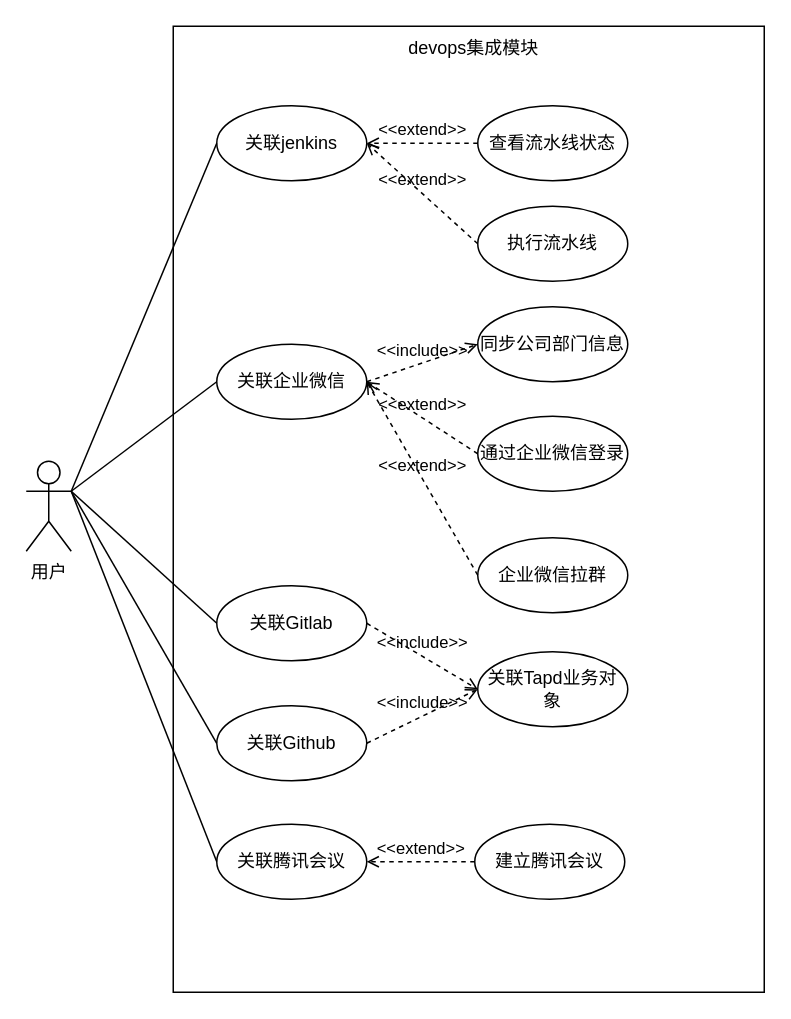
Before: devops集成模块需求分析.drawio in qf2020/drawio, a draw.io diagram. Source tidied: cells renumbered, new cells numbered last; positions are measured from the earlier drawing's top-left corner, leaving out a move shared by most shapes. Both pictures are drawn from the tidied source at 150%, with x=0, y=0 at pixel (26, 26).
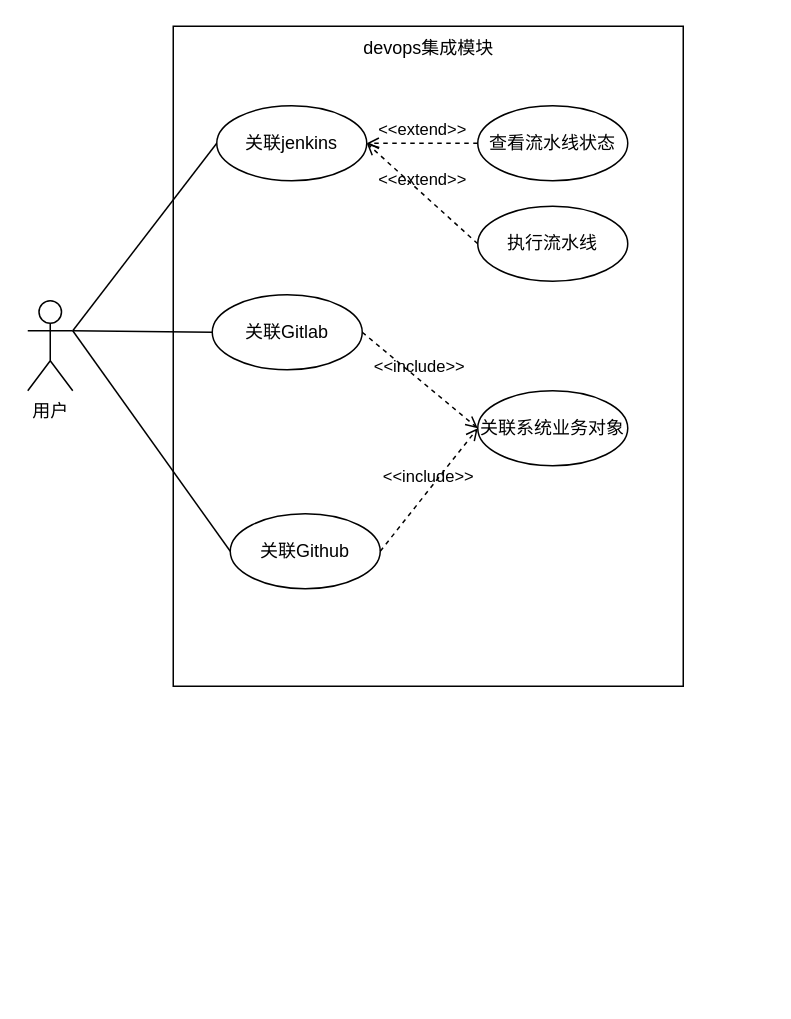
After the change.

Commit message:
更新devops集成模块需求分析.drawio

What changed in the source:
```diff
@@
     <mxCell id="2" value="用户" style="shape=umlActor;verticalLabelPosition=bottom;verticalAlign=top;html=1;" parent="1" vertex="1">
-      <mxGeometry y="290" width="30" height="60" as="geometry" />
+      <mxGeometry x="1" y="183" width="30" height="60" as="geometry" />
     </mxCell>
     <mxCell id="3" style="rounded=0;whiteSpace=wrap;html=1;" parent="1" vertex="1">
-      <mxGeometry x="98" width="394" height="644" as="geometry" />
+      <mxGeometry x="98" width="340" height="440" as="geometry" />
     </mxCell>
     <mxCell id="4" value="devops集成模块" style="text;html=1;align=center;verticalAlign=middle;whiteSpace=wrap;rounded=0;" parent="1" vertex="1">
-      <mxGeometry x="249" width="99" height="30" as="geometry" />
+      <mxGeometry x="218.5" width="99" height="30" as="geometry" />
     </mxCell>
-    <mxCell id="5" value="同步公司部门信息" style="ellipse;whiteSpace=wrap;html=1;" parent="1" vertex="1">
-      <mxGeometry x="301" y="187" width="100" height="50" as="geometry" />
-    </mxCell>
-    <mxCell id="6" value="关联企业微信" style="ellipse;whiteSpace=wrap;html=1;" parent="1" vertex="1">
-      <mxGeometry x="127" y="212" width="100" height="50" as="geometry" />
-    </mxCell>
-    <mxCell id="7" value="关联腾讯会议" style="ellipse;whiteSpace=wrap;html=1;" parent="1" vertex="1">
-      <mxGeometry x="127" y="532" width="100" height="50" as="geometry" />
-    </mxCell>
-    <mxCell id="8" style="endArrow=none;html=1;rounded=0;exitX=1;exitY=0.3333333333333333;exitDx=0;exitDy=0;exitPerimeter=0;entryX=0;entryY=0.5;entryDx=0;entryDy=0;" parent="1" edge="1" source="2" target="6">
-      <mxGeometry relative="1" as="geometry" />
-    </mxCell>
@@
-    <mxCell id="10" style="endArrow=none;html=1;rounded=0;exitX=1;exitY=0.3333333333333333;exitDx=0;exitDy=0;exitPerimeter=0;entryX=0;entryY=0.5;entryDx=0;entryDy=0;" parent="1" edge="1" source="2" target="7">
-      <mxGeometry relative="1" as="geometry" />
-    </mxCell>
@@
     <mxCell id="12" value="关联Github" style="ellipse;whiteSpace=wrap;html=1;" parent="1" vertex="1">
-      <mxGeometry x="127" y="453" width="100" height="50" as="geometry" />
+      <mxGeometry x="136" y="325" width="100" height="50" as="geometry" />
     </mxCell>
     <mxCell id="13" value="关联Gitlab" style="ellipse;whiteSpace=wrap;html=1;" parent="1" vertex="1">
-      <mxGeometry x="127" y="373" width="100" height="50" as="geometry" />
+      <mxGeometry x="124" y="179" width="100" height="50" as="geometry" />
     </mxCell>
@@
-    <mxCell id="15" value="通过企业微信登录" style="ellipse;whiteSpace=wrap;html=1;" parent="1" vertex="1">
-      <mxGeometry x="301" y="260" width="100" height="50" as="geometry" />
-    </mxCell>
-    <mxCell id="16" value="企业微信拉群" style="ellipse;whiteSpace=wrap;html=1;" parent="1" vertex="1">
-      <mxGeometry x="301" y="341" width="100" height="50" as="geometry" />
-    </mxCell>
-    <mxCell id="17" value="关联Tapd业务对象" style="ellipse;whiteSpace=wrap;html=1;" parent="1" vertex="1">
-      <mxGeometry x="301" y="417" width="100" height="50" as="geometry" />
+    <mxCell id="17" value="关联系统业务对象" style="ellipse;whiteSpace=wrap;html=1;" parent="1" vertex="1">
+      <mxGeometry x="301" y="243" width="100" height="50" as="geometry" />
     </mxCell>
-    <mxCell id="18" value="建立腾讯会议" style="ellipse;whiteSpace=wrap;html=1;" parent="1" vertex="1">
-      <mxGeometry x="299" y="532" width="100" height="50" as="geometry" />
-    </mxCell>
-    <mxCell id="19" value="&amp;lt;&amp;lt;include&amp;gt;&amp;gt;" style="html=1;verticalAlign=bottom;labelBackgroundColor=none;endArrow=open;endFill=0;dashed=1;rounded=0;exitX=1;exitY=0.5;exitDx=0;exitDy=0;entryX=0;entryY=0.5;entryDx=0;entryDy=0;" parent="1" edge="1" source="6" target="5">
-      <mxGeometry relative="1" as="geometry" />
-    </mxCell>
@@
-    <mxCell id="24" value="&amp;lt;&amp;lt;extend&amp;gt;&amp;gt;" style="html=1;verticalAlign=bottom;labelBackgroundColor=none;endArrow=open;endFill=0;dashed=1;rounded=0;exitX=0;exitY=0.5;exitDx=0;exitDy=0;entryX=1;entryY=0.5;entryDx=0;entryDy=0;" parent="1" edge="1" source="15" target="6">
-      <mxGeometry relative="1" as="geometry" />
-    </mxCell>
-    <mxCell id="25" value="&amp;lt;&amp;lt;extend&amp;gt;&amp;gt;" style="html=1;verticalAlign=bottom;labelBackgroundColor=none;endArrow=open;endFill=0;dashed=1;rounded=0;entryX=1;entryY=0.5;entryDx=0;entryDy=0;exitX=0;exitY=0.5;exitDx=0;exitDy=0;" parent="1" edge="1" source="16" target="6">
-      <mxGeometry relative="1" as="geometry" />
-    </mxCell>
-    <mxCell id="26" value="&amp;lt;&amp;lt;extend&amp;gt;&amp;gt;" style="html=1;verticalAlign=bottom;labelBackgroundColor=none;endArrow=open;endFill=0;dashed=1;rounded=0;entryX=1;entryY=0.5;entryDx=0;entryDy=0;exitX=0;exitY=0.5;exitDx=0;exitDy=0;" parent="1" edge="1" source="18" target="7">
-      <mxGeometry relative="1" as="geometry" />
-    </mxCell>
```
